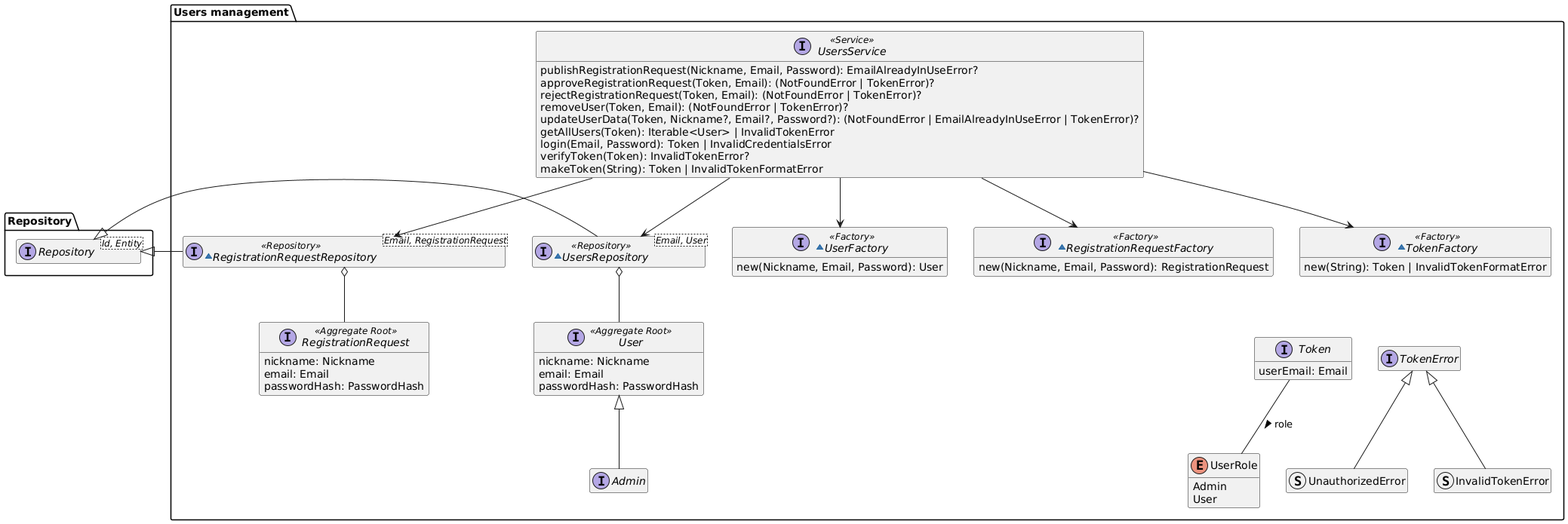
DomoticASW/.github keeps this PlantUML diagram as diagrams/generated/users-management-domain-model.png. Above is the earlier version.
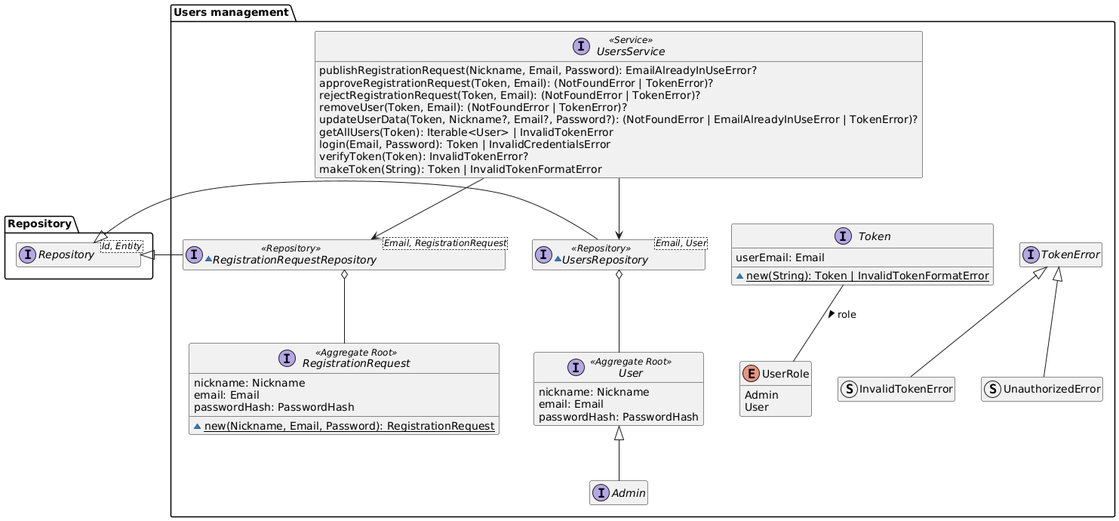
The same file after the commit.

Commit message:
simplified users domain model

Diff of the diagram source:
```diff
@@ -17,10 +17,12 @@
         nickname: Nickname
         email: Email
         passwordHash: PasswordHash
+        ~{static} new(Nickname, Email, Password): RegistrationRequest
     }
 
     interface Token {
         userEmail: Email
+        ~{static} new(String): Token | InvalidTokenFormatError
     }
     enum UserRole {
         Admin
@@ -57,20 +59,7 @@
     struct InvalidTokenError extends TokenError
     Token -r[hidden]- TokenError
 
-    ~interface UserFactory <<Factory>> {
-        new(Nickname, Email, Password): User
-    }
-    ~interface RegistrationRequestFactory <<Factory>> {
-        new(Nickname, Email, Password): RegistrationRequest
-    }
-    ~interface TokenFactory <<Factory>> {
-        new(String): Token | InvalidTokenFormatError
-    }
-    TokenFactory -[hidden]-> Token
-    UsersService --> UserFactory
-    UsersService --> RegistrationRequestFactory
-    UsersService --> TokenFactory
-
+    UsersService -[hidden]-> Token
 }
 
 @enduml
```
